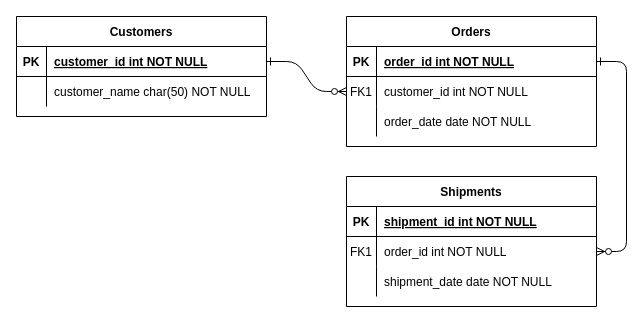
PedroMerinoDev/tattoo_manager keeps this draw.io diagram as requirements/Diagrama ER TattooManager.drawio. Above is the earlier version. Source tidied: cells renumbered, new cells numbered last; positions are measured from the earlier drawing's top-left corner, leaving out a move shared by most shapes. Both pictures are drawn from the tidied source at 100%, with x=0, y=0 at pixel (16, 16).
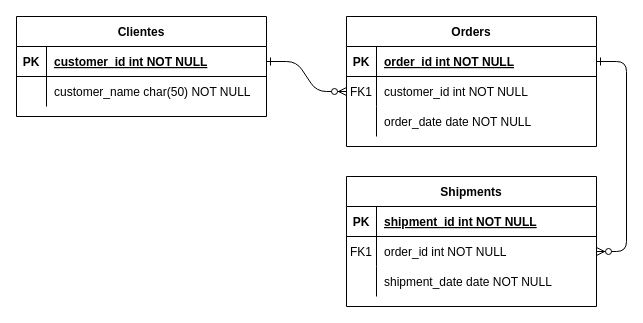
After the change.

What changed in the source:
```diff
@@
-    <mxCell id="24" value="Customers" style="shape=table;startSize=30;childLayout=tableLayout;rowLines=0;fontStyle=1;align=center;" parent="1" vertex="1">
+    <mxCell id="24" value="Clientes" style="shape=table;startSize=30;childLayout=tableLayout;rowLines=0;fontStyle=1;align=center;" parent="1" vertex="1">
       <mxGeometry width="250" height="100" as="geometry" />
     </mxCell>
```
